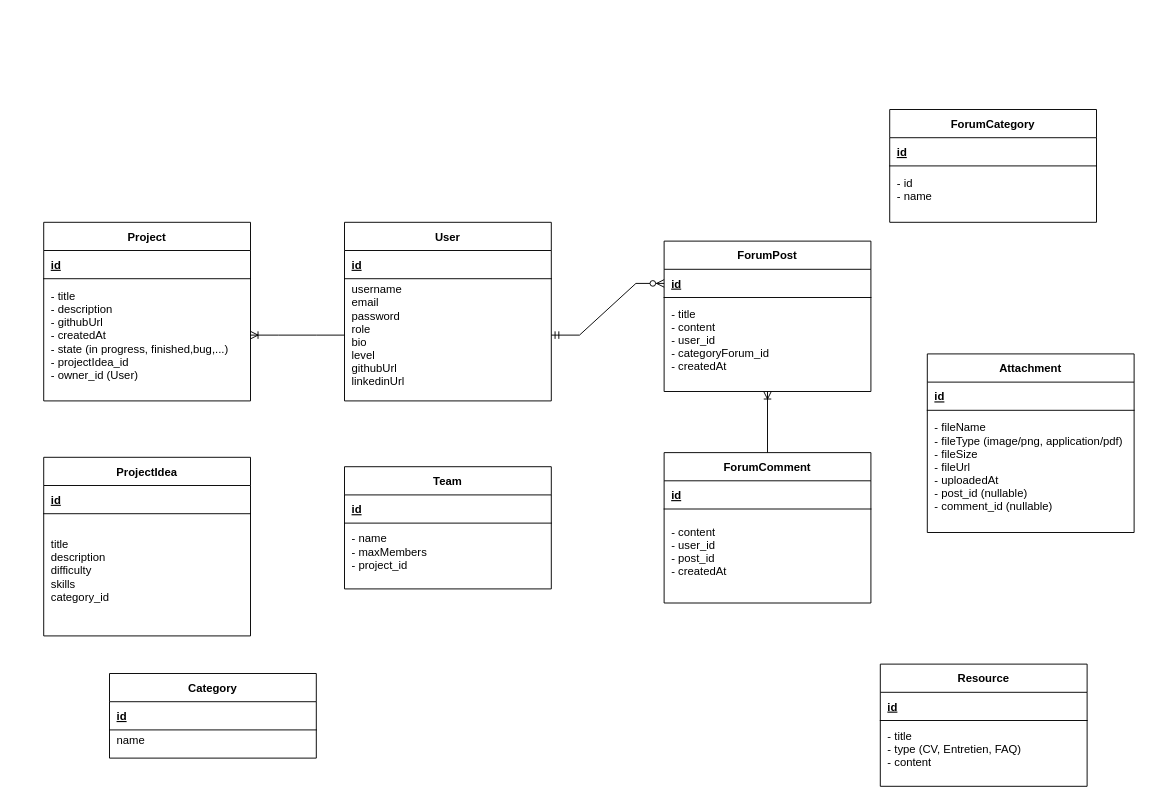
Before: Diagramme sans nom.drawio in meryemberkaoui/devpath, a draw.io diagram. Source tidied: cells renumbered, new cells numbered last; positions are measured from the earlier drawing's top-left corner, leaving out a move shared by most shapes. Both pictures are drawn from the tidied source at 94%, with x=0, y=0 at pixel (43, 109).
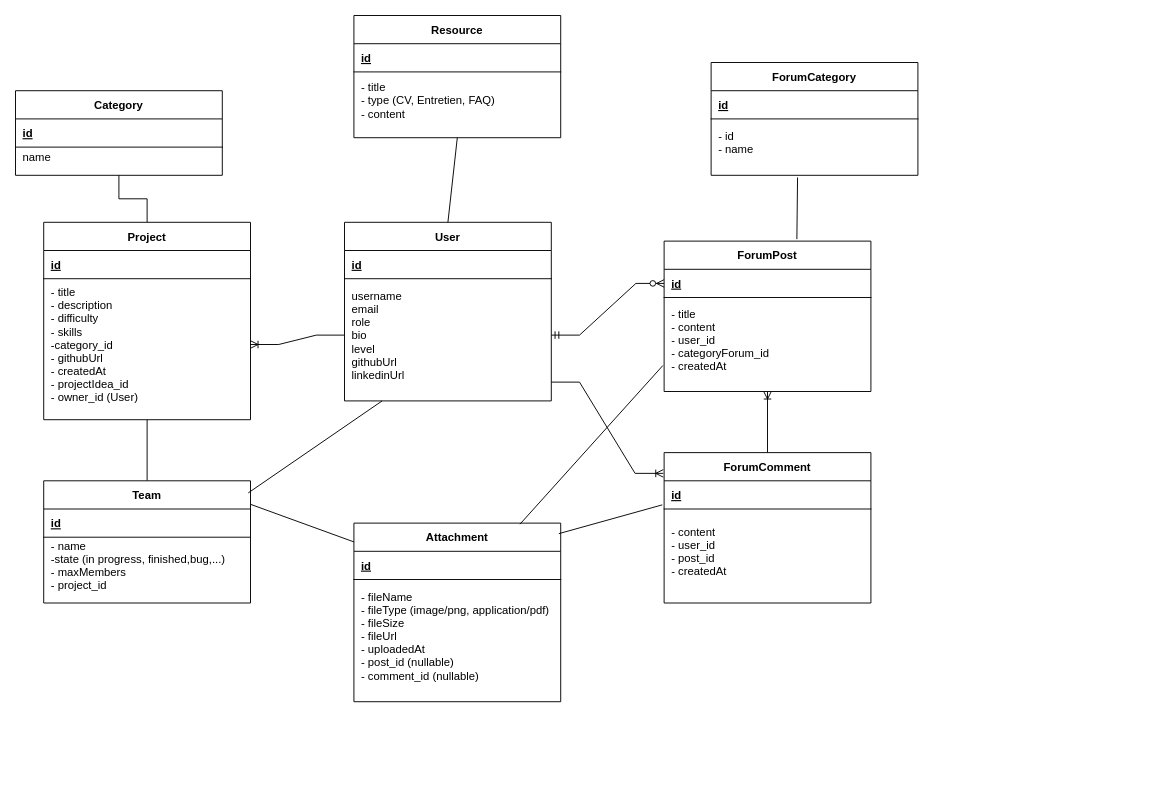
Above is the later version.

Commit message (it also covers changes not shown here):
Mettre à jour Diagramme sans nom.drawio

The change refers to these unchanged cells:
```xml
<mxCell id="2" value="User" style="shape=table;startSize=30;childLayout=tableLayout;rowLines=0;fontStyle=1;align=center;" parent="1" vertex="1">
  <mxGeometry x="320" y="120" width="220" height="190" as="geometry" />
</mxCell>
<mxCell id="5" style="shape=partialRectangle;fillColor=none;points=[[0,0.5],[1,0.5]];portConstraint=eastwest;top=0;left=0;right=0;bottom=0;" parent="2" vertex="1">
  <mxGeometry y="60" width="220" height="120" as="geometry" />
</mxCell>
<mxCell id="25" style="shape=partialRectangle;fillColor=none;top=0;left=0;right=0;bottom=0;" parent="22" vertex="1">
  <mxGeometry y="60" width="220" height="60" as="geometry" />
</mxCell>
<mxCell id="30" style="shape=partialRectangle;fillColor=none;points=[[0,0.5],[1,0.5]];portConstraint=eastwest;top=0;left=0;right=0;bottom=0;" parent="27" vertex="1">
  <mxGeometry y="60" width="220" height="50" as="geometry" />
</mxCell>
<mxCell id="32" value="ForumPost" style="shape=table;startSize=30;childLayout=tableLayout;rowLines=0;fontStyle=1;align=center;" parent="1" vertex="1">
  <mxGeometry x="660" y="140" width="220" height="160" as="geometry" />
</mxCell>
<mxCell id="35" style="shape=partialRectangle;fillColor=none;points=[[0,0.5],[1,0.5]];portConstraint=eastwest;top=0;left=0;right=0;bottom=0;" parent="32" vertex="1">
  <mxGeometry y="60" width="220" height="90" as="geometry" />
</mxCell>
<mxCell id="37" value="ForumComment" style="shape=table;startSize=30;childLayout=tableLayout;rowLines=0;fontStyle=1;align=center;" parent="1" vertex="1">
  <mxGeometry x="660" y="365" width="220" height="160" as="geometry" />
</mxCell>
<mxCell id="40" style="shape=partialRectangle;fillColor=none;points=[[0,0.5],[1,0.5]];portConstraint=eastwest;top=0;left=0;right=0;bottom=0;" parent="37" vertex="1">
  <mxGeometry y="60" width="220" height="90" as="geometry" />
</mxCell>
```

The edit, as a diff of the source:
```diff
@@
-    <mxCell id="6" value="username&#10;email&#10;password&#10;role &#10;bio&#10;level&#10;githubUrl&#10;linkedinUrl" style="shape=partialRectangle;overflow=hidden;fillColor=none;top=0;left=0;bottom=0;right=0;align=left;spacingLeft=6;" parent="5" vertex="1">
+    <mxCell id="6" value="username&#10;email&#10;role &#10;bio&#10;level&#10;githubUrl&#10;linkedinUrl" style="shape=partialRectangle;overflow=hidden;fillColor=none;top=0;left=0;bottom=0;right=0;align=left;spacingLeft=6;" parent="5" vertex="1">
       <mxGeometry width="220" height="120" as="geometry" />
     </mxCell>
+    <mxCell id="55" style="edgeStyle=orthogonalEdgeStyle;rounded=0;jettySize=auto;html=1;exitX=0.5;exitY=1;exitDx=0;exitDy=0;entryX=0.5;entryY=0;entryDx=0;entryDy=0;fontFamily=Helvetica;fontSize=12;fontColor=default;fontStyle=1;endArrow=none;endFill=0;" parent="1" edge="1" source="7" target="17">
+      <mxGeometry relative="1" as="geometry" />
+    </mxCell>
     <mxCell id="7" value="Category" style="shape=table;startSize=30;childLayout=tableLayout;rowLines=0;fontStyle=1;align=center;" parent="1" vertex="1">
-      <mxGeometry x="70" y="600" width="220" height="90" as="geometry" />
+      <mxGeometry x="-30" y="-20" width="220" height="90" as="geometry" />
     </mxCell>
@@
-    <mxCell id="12" value="ProjectIdea" style="shape=table;startSize=30;childLayout=tableLayout;rowLines=0;fontStyle=1;align=center;" parent="1" vertex="1">
-      <mxGeometry y="370" width="220" height="190" as="geometry" />
-    </mxCell>
-    <mxCell id="13" style="shape=partialRectangle;fillColor=none;top=0;left=0;right=0;bottom=1;" parent="12" vertex="1">
-      <mxGeometry y="30" width="220" height="30" as="geometry" />
-    </mxCell>
-    <mxCell id="14" value="id" style="shape=partialRectangle;overflow=hidden;fillColor=none;top=0;left=0;bottom=0;right=0;align=left;spacingLeft=6;fontStyle=5;" parent="13" vertex="1">
-      <mxGeometry width="220" height="30" as="geometry" />
-    </mxCell>
-    <mxCell id="15" style="shape=partialRectangle;fillColor=none;top=0;left=0;right=0;bottom=0;" parent="12" vertex="1">
-      <mxGeometry y="60" width="220" height="120" as="geometry" />
-    </mxCell>
-    <mxCell id="16" value="title&#10;description&#10;difficulty&#10;skills&#10;category_id" style="shape=partialRectangle;overflow=hidden;fillColor=none;top=0;left=0;bottom=0;right=0;align=left;spacingLeft=6;" parent="15" vertex="1">
-      <mxGeometry width="220" height="120" as="geometry" />
-    </mxCell>
+    <mxCell id="56" style="edgeStyle=orthogonalEdgeStyle;rounded=0;jettySize=auto;html=1;exitX=0.5;exitY=1;exitDx=0;exitDy=0;entryX=0.5;entryY=0;entryDx=0;entryDy=0;fontFamily=Helvetica;fontSize=12;fontColor=default;fontStyle=1;endArrow=none;endFill=0;" parent="1" edge="1" source="17" target="22">
+      <mxGeometry relative="1" as="geometry" />
+    </mxCell>
     <mxCell id="17" value="Project" style="shape=table;startSize=30;childLayout=tableLayout;rowLines=0;fontStyle=1;align=center;" parent="1" vertex="1">
-      <mxGeometry y="120" width="220" height="190" as="geometry" />
+      <mxGeometry y="120" width="220" height="210" as="geometry" />
     </mxCell>
@@
     <mxCell id="20" style="shape=partialRectangle;fillColor=none;points=[[0,0.5],[1,0.5]];portConstraint=eastwest;top=0;left=0;right=0;bottom=0;" parent="17" vertex="1">
-      <mxGeometry y="60" width="220" height="120" as="geometry" />
+      <mxGeometry y="60" width="220" height="140" as="geometry" />
     </mxCell>
-    <mxCell id="21" value="- title&#10;- description&#10;- githubUrl&#10;- createdAt&#10;- state (in progress, finished,bug,...) &#10;- projectIdea_id&#10;- owner_id (User)" style="shape=partialRectangle;overflow=hidden;fillColor=none;top=0;left=0;bottom=0;right=0;align=left;spacingLeft=6;" parent="20" vertex="1">
-      <mxGeometry width="220" height="120" as="geometry" />
+    <mxCell id="21" value="- title&#10;- description&#10;- difficulty&#10;- skills&#10;-category_id&#10;- githubUrl&#10;- createdAt&#10;- projectIdea_id&#10;- owner_id (User)" style="shape=partialRectangle;overflow=hidden;fillColor=none;top=0;left=0;bottom=0;right=0;align=left;spacingLeft=6;" parent="20" vertex="1">
+      <mxGeometry width="220" height="140" as="geometry" />
     </mxCell>
     <mxCell id="22" value="Team" style="shape=table;startSize=30;childLayout=tableLayout;rowLines=0;fontStyle=1;align=center;" parent="1" vertex="1">
-      <mxGeometry x="320" y="380" width="220" height="130" as="geometry" />
+      <mxGeometry y="395" width="220" height="130" as="geometry" />
     </mxCell>
@@
-    <mxCell id="26" value="- name&#10;- maxMembers&#10;- project_id" style="shape=partialRectangle;overflow=hidden;fillColor=none;top=0;left=0;bottom=0;right=0;align=left;spacingLeft=6;" parent="25" vertex="1">
+    <mxCell id="26" value="- name&#10;-state (in progress, finished,bug,...)&#10;- maxMembers&#10;- project_id" style="shape=partialRectangle;overflow=hidden;fillColor=none;top=0;left=0;bottom=0;right=0;align=left;spacingLeft=6;" parent="25" vertex="1">
       <mxGeometry width="220" height="60" as="geometry" />
     </mxCell>
     <mxCell id="27" value="ForumCategory" style="shape=table;startSize=30;childLayout=tableLayout;rowLines=0;fontStyle=1;align=center;" parent="1" vertex="1">
-      <mxGeometry x="900" width="220" height="120" as="geometry" />
+      <mxGeometry x="710" y="-50" width="220" height="120" as="geometry" />
     </mxCell>
@@
     <mxCell id="42" value="Attachment" style="shape=table;startSize=30;childLayout=tableLayout;rowLines=0;fontStyle=1;align=center;" parent="1" vertex="1">
-      <mxGeometry x="940" y="260" width="220" height="190" as="geometry" />
+      <mxGeometry x="330" y="440" width="220" height="190" as="geometry" />
     </mxCell>
@@
     <mxCell id="47" value="Resource" style="shape=table;startSize=30;childLayout=tableLayout;rowLines=0;fontStyle=1;align=center;" parent="1" vertex="1">
-      <mxGeometry x="890" y="590" width="220" height="130" as="geometry" />
+      <mxGeometry x="330" y="-100" width="220" height="130" as="geometry" />
     </mxCell>
@@
+    <mxCell id="57" style="edgeStyle=entityRelationEdgeStyle;fontSize=12;html=1;endArrow=ERoneToMany;rounded=0;fontFamily=Helvetica;fontColor=default;fontStyle=1;entryX=-0.004;entryY=0.138;entryDx=0;entryDy=0;entryPerimeter=0;" parent="1" edge="1" target="37">
+      <mxGeometry relative="1" as="geometry">
+        <mxPoint x="540" y="290" as="sourcePoint" />
+      </mxGeometry>
+    </mxCell>
+    <mxCell id="58" style="endArrow=none;html=1;rounded=0;fontFamily=Helvetica;fontSize=12;fontColor=default;fontStyle=1;exitX=0.989;exitY=0.099;exitDx=0;exitDy=0;exitPerimeter=0;" parent="1" edge="1" source="22">
+      <mxGeometry relative="1" as="geometry">
+        <mxPoint x="360" y="310" as="targetPoint" />
+      </mxGeometry>
+    </mxCell>
+    <mxCell id="59" style="endArrow=none;html=1;rounded=0;fontFamily=Helvetica;fontSize=12;fontColor=default;fontStyle=1;entryX=0.418;entryY=1.245;entryDx=0;entryDy=0;entryPerimeter=0;exitX=0.642;exitY=-0.013;exitDx=0;exitDy=0;exitPerimeter=0;" parent="1" edge="1" source="32" target="30">
+      <mxGeometry relative="1" as="geometry" />
+    </mxCell>
+    <mxCell id="60" style="endArrow=none;html=1;rounded=0;fontFamily=Helvetica;fontSize=12;fontColor=default;fontStyle=1;exitX=0.991;exitY=0.059;exitDx=0;exitDy=0;exitPerimeter=0;entryX=-0.009;entryY=-0.049;entryDx=0;entryDy=0;entryPerimeter=0;" parent="1" edge="1" source="42" target="40">
+      <mxGeometry relative="1" as="geometry" />
+    </mxCell>
+    <mxCell id="61" style="endArrow=none;html=1;rounded=0;fontFamily=Helvetica;fontSize=12;fontColor=default;fontStyle=1;exitX=0.803;exitY=0.006;exitDx=0;exitDy=0;exitPerimeter=0;entryX=-0.006;entryY=0.804;entryDx=0;entryDy=0;entryPerimeter=0;" parent="1" edge="1" source="42" target="35">
+      <mxGeometry relative="1" as="geometry" />
+    </mxCell>
+    <mxCell id="62" style="endArrow=none;html=1;rounded=0;fontFamily=Helvetica;fontSize=12;fontColor=default;fontStyle=1;" parent="1" edge="1">
+      <mxGeometry relative="1" as="geometry">
+        <mxPoint x="220" y="420" as="sourcePoint" />
+        <mxPoint x="330" y="460" as="targetPoint" />
+      </mxGeometry>
+    </mxCell>
+    <mxCell id="63" style="endArrow=none;html=1;rounded=0;fontFamily=Helvetica;fontSize=12;fontColor=default;fontStyle=1;exitX=0.5;exitY=1;exitDx=0;exitDy=0;entryX=0.5;entryY=0;entryDx=0;entryDy=0;" parent="1" edge="1" source="47" target="2">
+      <mxGeometry relative="1" as="geometry" />
+    </mxCell>
```
